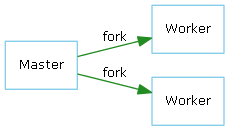
Before: doc/Graph/process_model/architecture.png, a diagram exported from Graphviz (lingjf/nginx_analyse). Its source is kept beside it as doc/Graph/process_model/architecture.gv.
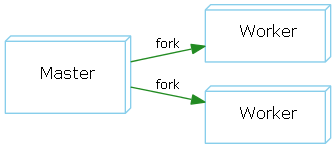
Above is the later version.

Diff of the diagram source:
```diff
@@ -1,13 +1,14 @@
 digraph ngx_process_architecture {
    rankdir=LR;
-   node [shape=rect, color=skyblue, fontname="Verdana", fontsize=10];
+   node [shape=box3d, width=1.3, height=0.8, color=skyblue, fontname="Verdana", fontsize=12];
    edge [color=forestgreen, fontname="Verdana", fontsize=10];
 
-    Worker1 [label="Worker"];
-    Worker2 [label="Worker"];
+   Master [label="Master", height=0.8];
+   Worker1 [label="Worker", height=0.6];
+   Worker2 [label="Worker", height=0.6];
 
-    "Master" -> Worker1 [label="fork"];
-    "Master" -> Worker2 [label="fork"];
+   Master -> Worker1 [label="fork"];
+   Master -> Worker2 [label="fork"];
 
     {rank=same; Worker1; Worker2;};
 
```
